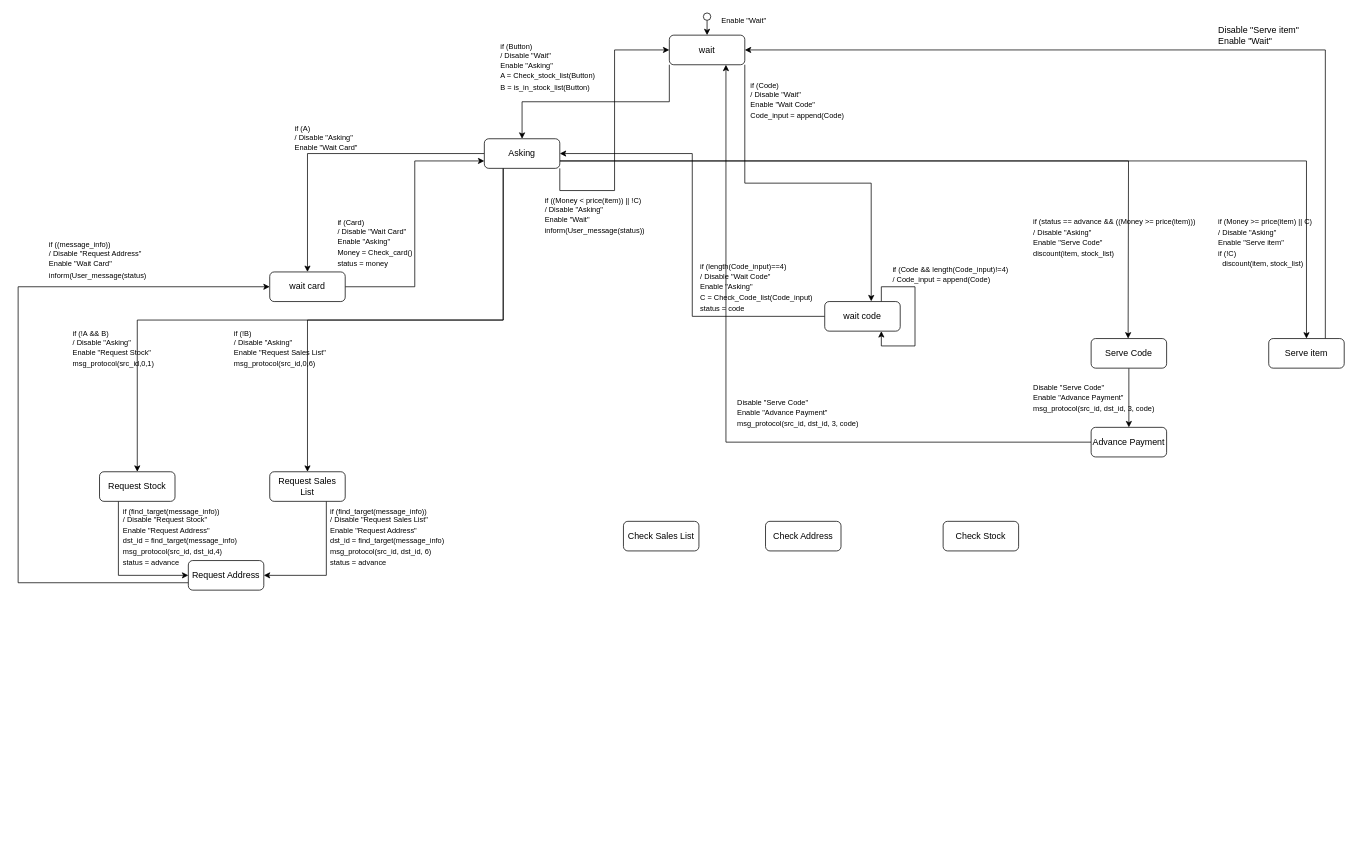
Above: DVM.drawio in sebaek42/School-Project (draw.io), before the change. Source tidied: cells renumbered, new cells numbered last; positions are measured from the earlier drawing's top-left corner, leaving out a move shared by most shapes. Both pictures are drawn from the tidied source at 74%, with x=0, y=0 at pixel (18, 13).
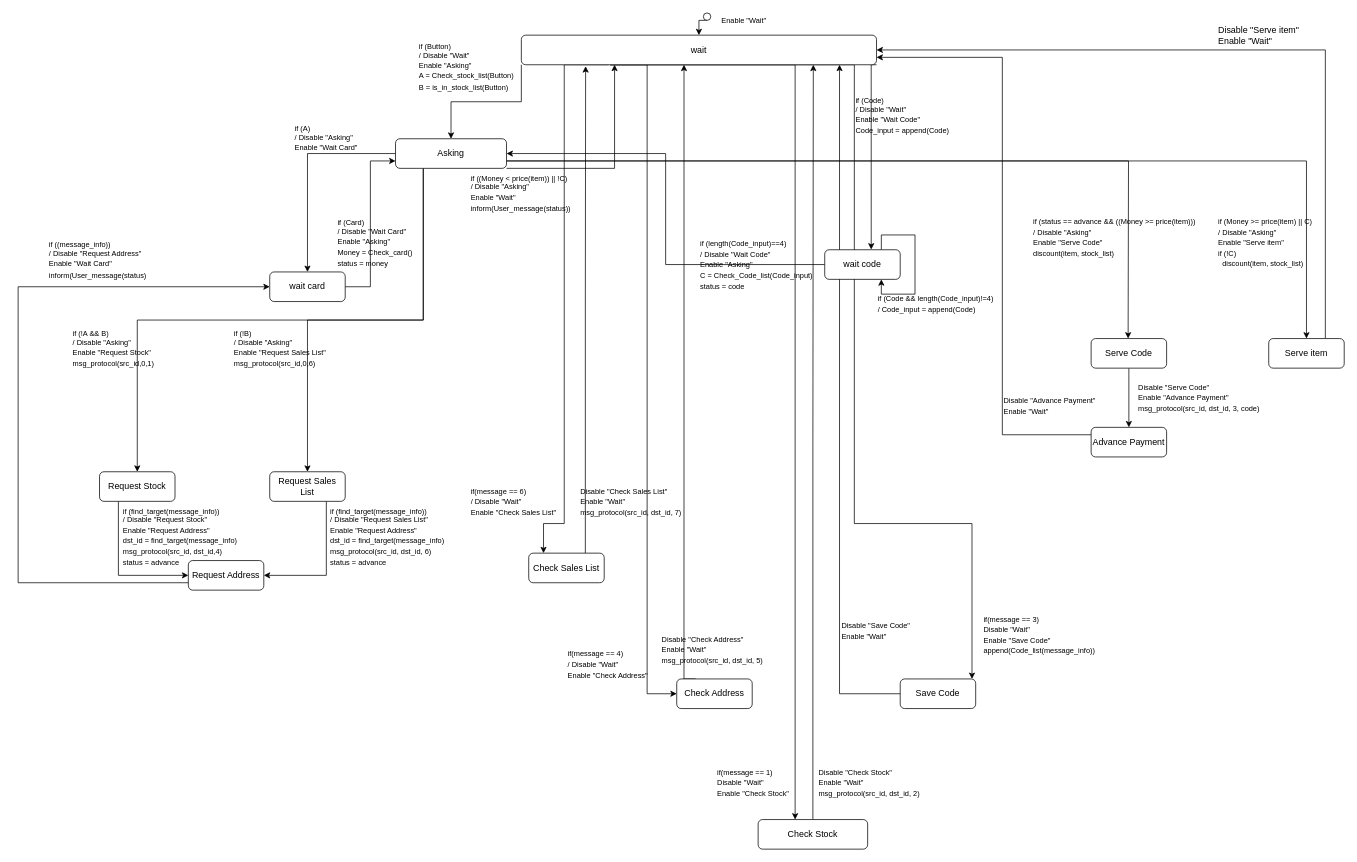
After the change.

The change refers to these unchanged cells:
```xml
<mxCell id="23" value="Advance Payment" style="rounded=1;whiteSpace=wrap;html=1;" parent="1" vertex="1">
  <mxGeometry x="1450" y="560" width="102" height="40" as="geometry" />
</mxCell>
```

The edit, as a diff of the source:
```diff
@@
     <mxCell id="3" style="edgeStyle=orthogonalEdgeStyle;rounded=0;jettySize=auto;html=1;exitX=1;exitY=1;exitDx=0;exitDy=0;entryX=0.616;entryY=-0.008;entryDx=0;entryDy=0;entryPerimeter=0;" parent="1" edge="1" source="4" target="7">
-      <mxGeometry relative="1" as="geometry" />
+      <mxGeometry relative="1" as="geometry">
+        <Array as="points">
+          <mxPoint x="1153" y="70" />
+        </Array>
+      </mxGeometry>
     </mxCell>
+    <mxCell id="52" style="edgeStyle=orthogonalEdgeStyle;rounded=0;jettySize=auto;html=1;exitX=0.25;exitY=1;exitDx=0;exitDy=0;entryX=0.196;entryY=0;entryDx=0;entryDy=0;entryPerimeter=0;" parent="1" edge="1" target="20">
+      <mxGeometry relative="1" as="geometry">
+        <mxPoint x="798" y="70" as="sourcePoint" />
+        <Array as="points">
+          <mxPoint x="738" y="70" />
+          <mxPoint x="738" y="690" />
+          <mxPoint x="710" y="690" />
+        </Array>
+      </mxGeometry>
+    </mxCell>
+    <mxCell id="53" style="edgeStyle=orthogonalEdgeStyle;rounded=0;jettySize=auto;html=1;exitX=0.25;exitY=1;exitDx=0;exitDy=0;entryX=0;entryY=0.5;entryDx=0;entryDy=0;" parent="1" edge="1" source="4" target="21">
+      <mxGeometry relative="1" as="geometry">
+        <Array as="points">
+          <mxPoint x="850" y="70" />
+          <mxPoint x="850" y="920" />
+        </Array>
+      </mxGeometry>
+    </mxCell>
+    <mxCell id="54" style="edgeStyle=orthogonalEdgeStyle;rounded=0;jettySize=auto;html=1;exitX=0.25;exitY=1;exitDx=0;exitDy=0;" parent="1" edge="1" source="4" target="19">
+      <mxGeometry relative="1" as="geometry">
+        <Array as="points">
+          <mxPoint x="1050" y="70" />
+        </Array>
+      </mxGeometry>
+    </mxCell>
+    <mxCell id="55" style="edgeStyle=orthogonalEdgeStyle;rounded=0;jettySize=auto;html=1;exitX=0.25;exitY=1;exitDx=0;exitDy=0;" parent="1" edge="1" source="4" target="60">
+      <mxGeometry relative="1" as="geometry">
+        <Array as="points">
+          <mxPoint x="1130" y="70" />
+          <mxPoint x="1130" y="690" />
+          <mxPoint x="1289" y="690" />
+        </Array>
+      </mxGeometry>
+    </mxCell>
     <mxCell id="4" value="wait" style="rounded=1;whiteSpace=wrap;html=1;" parent="1" vertex="1">
-      <mxGeometry x="880" y="30" width="102" height="40" as="geometry" />
+      <mxGeometry x="680" y="30" width="480" height="40" as="geometry" />
     </mxCell>
@@
-    <mxCell id="7" value="wait code" style="rounded=1;whiteSpace=wrap;html=1;" parent="1" vertex="1">
-      <mxGeometry x="1090" y="390" width="102" height="40" as="geometry" />
-    </mxCell>
@@
-    <mxCell id="12" style="edgeStyle=orthogonalEdgeStyle;rounded=0;jettySize=auto;html=1;exitX=1;exitY=1;exitDx=0;exitDy=0;entryX=0;entryY=0.5;entryDx=0;entryDy=0;" parent="1" edge="1" source="16" target="4">
+    <mxCell id="12" style="edgeStyle=orthogonalEdgeStyle;rounded=0;jettySize=auto;html=1;exitX=1;exitY=1;exitDx=0;exitDy=0;" parent="1" edge="1" source="16">
       <mxGeometry relative="1" as="geometry">
+        <mxPoint x="806" y="70" as="targetPoint" />
         <Array as="points">
-          <mxPoint x="732" y="240" />
-          <mxPoint x="806" y="240" />
-          <mxPoint x="806" y="50" />
+          <mxPoint x="806" y="210" />
         </Array>
       </mxGeometry>
     </mxCell>
@@
     <mxCell id="16" value="Asking" style="rounded=1;whiteSpace=wrap;html=1;" parent="1" vertex="1">
-      <mxGeometry x="630" y="170" width="102" height="40" as="geometry" />
+      <mxGeometry x="510" y="170" width="150" height="40" as="geometry" />
     </mxCell>
@@
+    <mxCell id="56" style="edgeStyle=orthogonalEdgeStyle;rounded=0;jettySize=auto;html=1;exitX=0.5;exitY=0;exitDx=0;exitDy=0;entryX=0.822;entryY=1;entryDx=0;entryDy=0;entryPerimeter=0;" parent="1" edge="1" source="19" target="4">
+      <mxGeometry relative="1" as="geometry" />
+    </mxCell>
     <mxCell id="19" value="Check Stock" style="rounded=1;whiteSpace=wrap;html=1;" parent="1" vertex="1">
-      <mxGeometry x="1250" y="687" width="102" height="40" as="geometry" />
+      <mxGeometry x="1000" y="1090" width="148" height="40" as="geometry" />
     </mxCell>
+    <mxCell id="57" style="edgeStyle=orthogonalEdgeStyle;rounded=0;jettySize=auto;html=1;exitX=0.75;exitY=0;exitDx=0;exitDy=0;entryX=0.181;entryY=1.05;entryDx=0;entryDy=0;entryPerimeter=0;" parent="1" edge="1" source="20" target="4">
+      <mxGeometry relative="1" as="geometry" />
+    </mxCell>
     <mxCell id="20" value="Check Sales List" style="rounded=1;whiteSpace=wrap;html=1;" parent="1" vertex="1">
-      <mxGeometry x="818" y="687" width="102" height="40" as="geometry" />
+      <mxGeometry x="690" y="730" width="102" height="40" as="geometry" />
     </mxCell>
+    <mxCell id="58" style="edgeStyle=orthogonalEdgeStyle;rounded=0;jettySize=auto;html=1;exitX=0.25;exitY=0;exitDx=0;exitDy=0;entryX=0.458;entryY=1;entryDx=0;entryDy=0;entryPerimeter=0;" parent="1" edge="1" source="21" target="4">
+      <mxGeometry relative="1" as="geometry">
+        <Array as="points">
+          <mxPoint x="900" y="900" />
+        </Array>
+      </mxGeometry>
+    </mxCell>
     <mxCell id="21" value="Check Address" style="rounded=1;whiteSpace=wrap;html=1;" parent="1" vertex="1">
-      <mxGeometry x="1010" y="687" width="102" height="40" as="geometry" />
+      <mxGeometry x="890" y="900" width="102" height="40" as="geometry" />
     </mxCell>
-    <mxCell id="22" style="edgeStyle=orthogonalEdgeStyle;rounded=0;jettySize=auto;html=1;entryX=0.75;entryY=1;entryDx=0;entryDy=0;" parent="1" edge="1" source="23" target="4">
-      <mxGeometry relative="1" as="geometry" />
+    <mxCell id="22" style="edgeStyle=orthogonalEdgeStyle;rounded=0;jettySize=auto;html=1;entryX=1;entryY=0.75;entryDx=0;entryDy=0;" parent="1" edge="1" source="23" target="4">
+      <mxGeometry relative="1" as="geometry">
+        <Array as="points">
+          <mxPoint x="1330" y="570" />
+          <mxPoint x="1330" y="60" />
+        </Array>
+      </mxGeometry>
     </mxCell>
@@
     <mxCell id="33" value="&lt;span style=&quot;font-size: 10px&quot;&gt;if (Button)&lt;br&gt;&lt;div&gt;&lt;span&gt;/ Disable &quot;Wait&quot;&lt;/span&gt;&lt;/div&gt;Enable &quot;Asking&quot;&lt;br&gt;A = Check_stock_list(Button)&lt;br&gt;B = is_in_stock_list(Button)&lt;br&gt;&lt;br&gt;&lt;/span&gt;" style="text;html=1;strokeColor=none;fillColor=none;align=left;verticalAlign=middle;whiteSpace=wrap;rounded=0;" parent="1" vertex="1">
-      <mxGeometry x="650" y="49" width="140" height="60" as="geometry" />
+      <mxGeometry x="540" y="49" width="140" height="60" as="geometry" />
     </mxCell>
     <mxCell id="34" value="&lt;span style=&quot;font-size: 10px&quot;&gt;if (Code)&lt;br&gt;&lt;div&gt;&lt;span&gt;/ Disable &quot;Wait&quot;&lt;/span&gt;&lt;/div&gt;Enable &quot;Wait Code&quot;&lt;br&gt;Code_input = append(Code)&amp;nbsp;&lt;br&gt;&lt;br&gt;&lt;/span&gt;" style="text;html=1;strokeColor=none;fillColor=none;align=left;verticalAlign=middle;whiteSpace=wrap;rounded=0;" parent="1" vertex="1">
-      <mxGeometry x="988" y="100" width="160" height="50" as="geometry" />
+      <mxGeometry x="1130" y="120" width="160" height="50" as="geometry" />
     </mxCell>
     <mxCell id="35" value="&lt;span style=&quot;font-size: 10px&quot;&gt;if (Code &amp;amp;&amp;amp; length(Code_input)!=4)&lt;br&gt;/&amp;nbsp;Code_input = append(Code)&amp;nbsp;&lt;br&gt;&lt;br&gt;&lt;/span&gt;" style="text;html=1;strokeColor=none;fillColor=none;align=left;verticalAlign=middle;whiteSpace=wrap;rounded=0;" parent="1" vertex="1">
-      <mxGeometry x="1180" y="330" width="160" height="60" as="geometry" />
+      <mxGeometry x="1160" y="370" width="160" height="60" as="geometry" />
     </mxCell>
     <mxCell id="36" value="&lt;span style=&quot;font-size: 10px&quot;&gt;if (length(Code_input)==4)&lt;br&gt;/ Disable &quot;Wait Code&quot;&lt;br&gt;Enable &quot;Asking&quot;&lt;br&gt;C = Check_Code_list(Code_input)&lt;br&gt;status = code&lt;br&gt;&lt;/span&gt;" style="text;html=1;strokeColor=none;fillColor=none;align=left;verticalAlign=middle;whiteSpace=wrap;rounded=0;" parent="1" vertex="1">
-      <mxGeometry x="920" y="340" width="160" height="60" as="geometry" />
+      <mxGeometry x="920" y="310" width="160" height="60" as="geometry" />
     </mxCell>
@@
     <mxCell id="41" value="&lt;span style=&quot;font-size: 10px&quot;&gt;if ((Money &amp;lt; price(item)) || !C)&lt;br&gt;&lt;div&gt;&lt;span&gt;/ Disable &quot;Asking&quot;&lt;/span&gt;&lt;/div&gt;Enable &quot;Wait&quot;&lt;br&gt;inform(User_message(status))&lt;br&gt;&lt;br&gt;&lt;/span&gt;" style="text;html=1;strokeColor=none;fillColor=none;align=left;verticalAlign=middle;whiteSpace=wrap;rounded=0;" parent="1" vertex="1">
-      <mxGeometry x="710" y="250" width="180" height="60" as="geometry" />
+      <mxGeometry x="610" y="220" width="180" height="60" as="geometry" />
     </mxCell>
@@
     <mxCell id="45" value="&lt;span style=&quot;font-size: 10px&quot;&gt;if (find_target(message_info))&lt;br&gt;&lt;div&gt;&lt;span&gt;/ Disable &quot;Request Sales List&quot;&lt;/span&gt;&lt;/div&gt;Enable &quot;Request Address&quot;&lt;br&gt;dst_id = find_target(message_info)&lt;br&gt;msg_protocol(src_id, dst_id, 6)&amp;nbsp;&lt;br&gt;status = advance&lt;br&gt;&lt;/span&gt;" style="text;html=1;strokeColor=none;fillColor=none;align=left;verticalAlign=middle;whiteSpace=wrap;rounded=0;" parent="1" vertex="1">
-      <mxGeometry x="420" y="677" width="270" height="60" as="geometry" />
+      <mxGeometry x="420" y="677" width="190" height="60" as="geometry" />
     </mxCell>
@@
     <mxCell id="50" value="&lt;span style=&quot;font-size: 10px&quot;&gt;Disable &quot;Serve Code&quot;&lt;br&gt;Enable &quot;Advance Payment&quot;&lt;br&gt;msg_protocol(src_id, dst_id, 3, code)&lt;br&gt;&lt;/span&gt;" style="text;html=1;strokeColor=none;fillColor=none;align=left;verticalAlign=middle;whiteSpace=wrap;rounded=0;" parent="1" vertex="1">
-      <mxGeometry x="1370" y="490" width="280" height="60" as="geometry" />
+      <mxGeometry x="1512" y="490" width="280" height="60" as="geometry" />
     </mxCell>
-    <mxCell id="51" value="&lt;span style=&quot;font-size: 10px&quot;&gt;Disable &quot;Serve Code&quot;&lt;br&gt;Enable &quot;Advance Payment&quot;&lt;br&gt;msg_protocol(src_id, dst_id, 3, code)&lt;br&gt;&lt;/span&gt;" style="text;html=1;strokeColor=none;fillColor=none;align=left;verticalAlign=middle;whiteSpace=wrap;rounded=0;" parent="1" vertex="1">
-      <mxGeometry x="970" y="510" width="280" height="60" as="geometry" />
+    <mxCell id="51" value="&lt;span style=&quot;font-size: 10px&quot;&gt;Disable &quot;Advance Payment&quot;&lt;br&gt;Enable &quot;Wait&quot;&lt;br&gt;&lt;/span&gt;" style="text;html=1;strokeColor=none;fillColor=none;align=left;verticalAlign=middle;whiteSpace=wrap;rounded=0;" parent="1" vertex="1">
+      <mxGeometry x="1330" y="500" width="130" height="60" as="geometry" />
     </mxCell>
+    <mxCell id="59" style="edgeStyle=orthogonalEdgeStyle;rounded=0;jettySize=auto;html=1;exitX=0.5;exitY=0;exitDx=0;exitDy=0;" parent="1" edge="1" source="60">
+      <mxGeometry relative="1" as="geometry">
+        <mxPoint x="1110" y="70" as="targetPoint" />
+        <Array as="points">
+          <mxPoint x="1243" y="920" />
+          <mxPoint x="1110" y="920" />
+        </Array>
+      </mxGeometry>
+    </mxCell>
+    <mxCell id="60" value="Save Code" style="rounded=1;whiteSpace=wrap;html=1;" parent="1" vertex="1">
+      <mxGeometry x="1192" y="900" width="102" height="40" as="geometry" />
+    </mxCell>
+    <mxCell id="61" value="&lt;span style=&quot;font-size: 10px&quot;&gt;if(message == 6)&lt;br&gt;/ Disable &quot;Wait&quot;&lt;br&gt;Enable &quot;Check Sales List&quot;&lt;br&gt;&lt;/span&gt;" style="text;html=1;strokeColor=none;fillColor=none;align=left;verticalAlign=middle;whiteSpace=wrap;rounded=0;" parent="1" vertex="1">
+      <mxGeometry x="610" y="630" width="280" height="60" as="geometry" />
+    </mxCell>
+    <mxCell id="62" value="&lt;span style=&quot;font-size: 10px&quot;&gt;Disable &quot;Check Sales List&quot;&lt;br&gt;Enable &quot;Wait&quot;&lt;br&gt;msg_protocol(src_id, dst_id, 7)&lt;br&gt;&lt;/span&gt;" style="text;html=1;strokeColor=none;fillColor=none;align=left;verticalAlign=middle;whiteSpace=wrap;rounded=0;" parent="1" vertex="1">
+      <mxGeometry x="758" y="630" width="280" height="60" as="geometry" />
+    </mxCell>
+    <mxCell id="63" value="&lt;span style=&quot;font-size: 10px&quot;&gt;if(message == 4)&lt;br&gt;/ Disable &quot;Wait&quot;&lt;br&gt;Enable &quot;Check Address&quot;&lt;br&gt;&lt;/span&gt;" style="text;html=1;strokeColor=none;fillColor=none;align=left;verticalAlign=middle;whiteSpace=wrap;rounded=0;" parent="1" vertex="1">
+      <mxGeometry x="741" y="850" width="119" height="60" as="geometry" />
+    </mxCell>
+    <mxCell id="64" value="&lt;span style=&quot;font-size: 10px&quot;&gt;Disable &quot;Check Address&quot;&lt;/span&gt;&lt;span style=&quot;font-size: 10px&quot;&gt;&lt;br&gt;Enable &quot;Wait&quot;&lt;br&gt;msg_protocol(src_id, dst_id, 5)&lt;br&gt;&lt;/span&gt;" style="text;html=1;strokeColor=none;fillColor=none;align=left;verticalAlign=middle;whiteSpace=wrap;rounded=0;" parent="1" vertex="1">
+      <mxGeometry x="867.5" y="830" width="147" height="60" as="geometry" />
+    </mxCell>
+    <mxCell id="65" value="&lt;span style=&quot;font-size: 10px&quot;&gt;Disable &quot;Check Stock&quot;&lt;/span&gt;&lt;span style=&quot;font-size: 10px&quot;&gt;&lt;br&gt;Enable &quot;Wait&quot;&lt;br&gt;msg_protocol(src_id, dst_id, 2)&lt;br&gt;&lt;/span&gt;" style="text;html=1;strokeColor=none;fillColor=none;align=left;verticalAlign=middle;whiteSpace=wrap;rounded=0;" parent="1" vertex="1">
+      <mxGeometry x="1080" y="1010" width="147" height="60" as="geometry" />
+    </mxCell>
+    <mxCell id="66" value="&lt;span style=&quot;font-size: 10px&quot;&gt;if(message == 1)&lt;br&gt;Disable&amp;nbsp;&lt;/span&gt;&lt;span style=&quot;font-size: 10px&quot;&gt;&quot;Wait&quot;&lt;/span&gt;&lt;span style=&quot;font-size: 10px&quot;&gt;&lt;br&gt;Enable &lt;/span&gt;&lt;span style=&quot;font-size: 10px&quot;&gt;&quot;Check Stock&quot;&lt;/span&gt;&lt;span style=&quot;font-size: 10px&quot;&gt;&lt;br&gt;&lt;/span&gt;" style="text;html=1;strokeColor=none;fillColor=none;align=left;verticalAlign=middle;whiteSpace=wrap;rounded=0;" parent="1" vertex="1">
+      <mxGeometry x="943" y="1010" width="147" height="60" as="geometry" />
+    </mxCell>
+    <mxCell id="67" value="&lt;span style=&quot;font-size: 10px&quot;&gt;if(message == 3)&lt;br&gt;Disable&amp;nbsp;&lt;/span&gt;&lt;span style=&quot;font-size: 10px&quot;&gt;&quot;Wait&quot;&lt;/span&gt;&lt;span style=&quot;font-size: 10px&quot;&gt;&lt;br&gt;Enable &lt;/span&gt;&lt;span style=&quot;font-size: 10px&quot;&gt;&quot;Save Code&quot;&lt;br&gt;&lt;/span&gt;&lt;span style=&quot;font-size: 10px&quot;&gt;append(Code_list(message_info))&lt;br&gt;&lt;/span&gt;" style="text;html=1;strokeColor=none;fillColor=none;align=left;verticalAlign=middle;whiteSpace=wrap;rounded=0;" parent="1" vertex="1">
+      <mxGeometry x="1303" y="810" width="147" height="60" as="geometry" />
+    </mxCell>
+    <mxCell id="7" value="wait code" style="rounded=1;whiteSpace=wrap;html=1;" parent="1" vertex="1">
+      <mxGeometry x="1090" y="320" width="102" height="40" as="geometry" />
+    </mxCell>
+    <mxCell id="68" value="&lt;span style=&quot;font-size: 10px&quot;&gt;Disable &quot;Save Code&quot;&lt;/span&gt;&lt;span style=&quot;font-size: 10px&quot;&gt;&lt;br&gt;Enable &quot;Wait&quot;&lt;br&gt;&lt;/span&gt;" style="text;html=1;strokeColor=none;fillColor=none;align=left;verticalAlign=middle;whiteSpace=wrap;rounded=0;" parent="1" vertex="1">
+      <mxGeometry x="1111" y="804" width="147" height="60" as="geometry" />
+    </mxCell>
```
